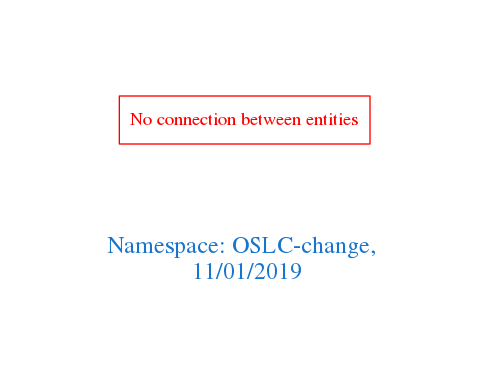
The Graphviz diagram downloads/OSLC-change.png in arago/OGIT, before a commit. Its source is kept beside it as downloads/OSLC-change.dot.
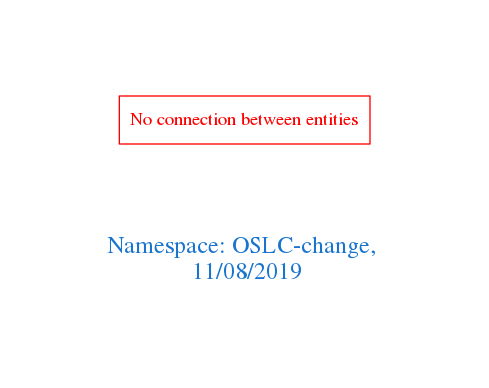
After the commit.

The edit, as a diff of the source:
```diff
@@ -1,7 +1,7 @@
 digraph OGIT_ontology {
  graph [ rankdir= LR,pad=1
 fontsize = 18,
-fontcolor= dodgerblue3,label = "\n\n\nNamespace: OSLC-change, \n 11/01/2019"];
+fontcolor= dodgerblue3,label = "\n\n\nNamespace: OSLC-change, \n 11/08/2019"];
 node[shape=polygon];
 edge [  color="gray81"];
 
```
